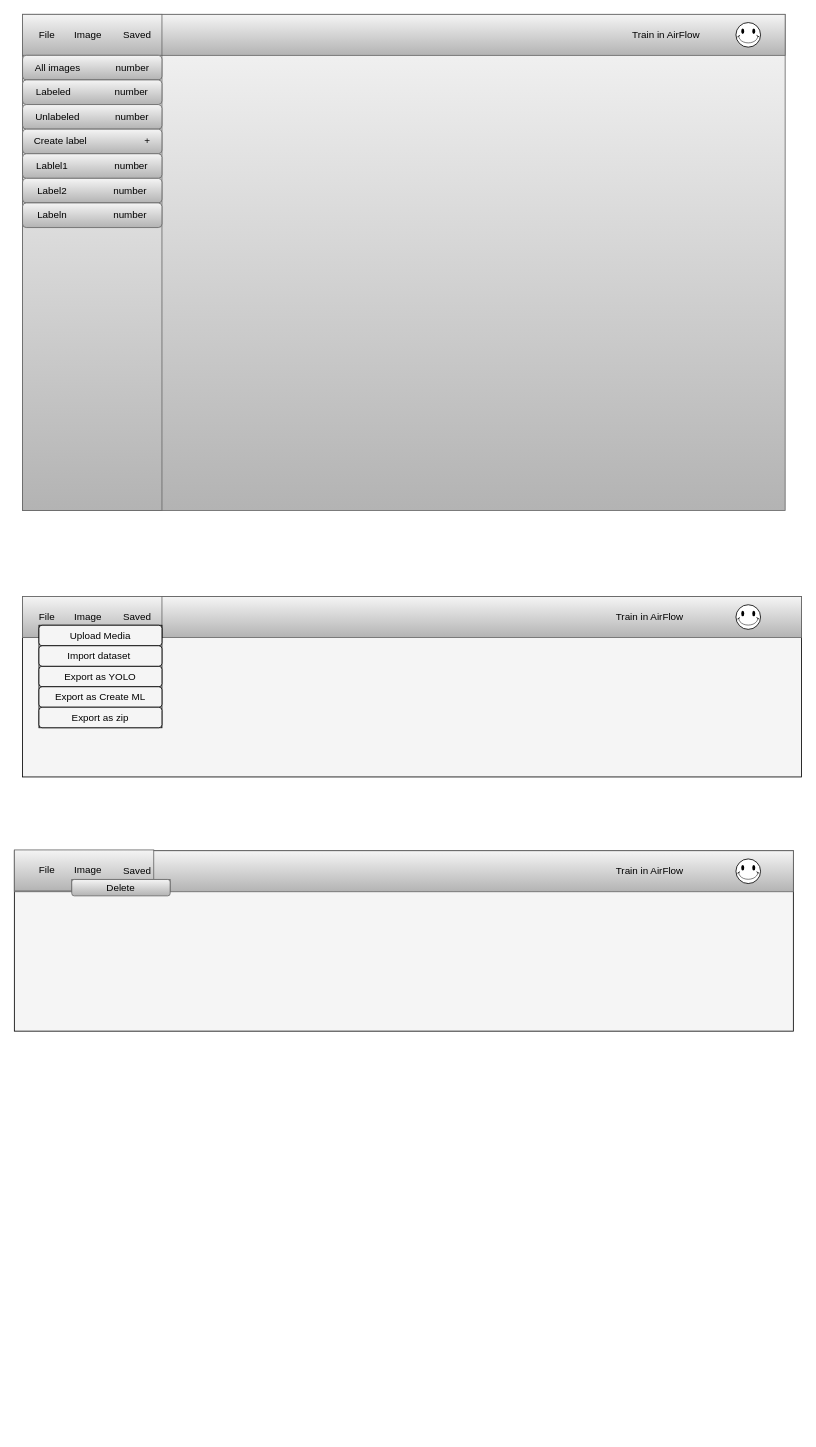
chuyendq9x/adm keeps this draw.io diagram as mockup.drawio. Above is the earlier version. Source tidied: cells renumbered, new cells numbered last; positions are measured from the earlier drawing's top-left corner, leaving out a move shared by most shapes. Both pictures are drawn from the tidied source at 82%, with x=0, y=0 at pixel (14, 14).
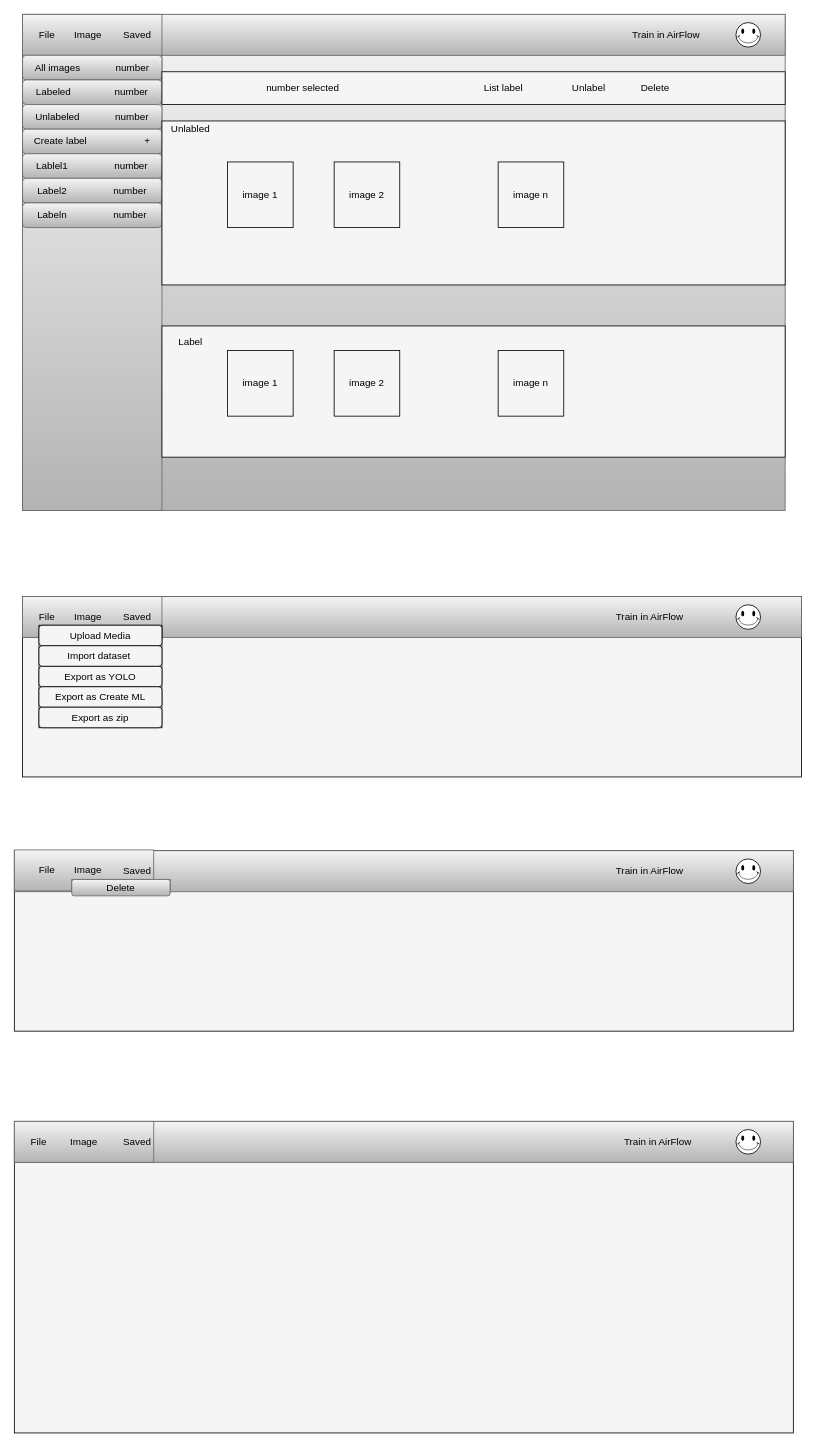
After the change.

The edit, as a diff of the source:
```diff
@@
+    <mxCell id="43" style="rounded=0;whiteSpace=wrap;html=1;strokeColor=#000000;fillColor=#F5F5F5;" parent="1" vertex="1">
+      <mxGeometry x="180" y="130" width="760" height="200" as="geometry" />
+    </mxCell>
+    <mxCell id="44" value="number selected&amp;nbsp; &amp;nbsp; &amp;nbsp; &amp;nbsp; &amp;nbsp; &amp;nbsp; &amp;nbsp; &amp;nbsp; &amp;nbsp; &amp;nbsp; &amp;nbsp; &amp;nbsp; &amp;nbsp; &amp;nbsp; &amp;nbsp; &amp;nbsp; &amp;nbsp; &amp;nbsp; &amp;nbsp; &amp;nbsp; &amp;nbsp; &amp;nbsp; &amp;nbsp; &amp;nbsp; &amp;nbsp; &amp;nbsp; &amp;nbsp;List label&amp;nbsp; &amp;nbsp; &amp;nbsp; &amp;nbsp; &amp;nbsp; &amp;nbsp; &amp;nbsp; &amp;nbsp; &amp;nbsp; Unlabel&amp;nbsp; &amp;nbsp; &amp;nbsp; &amp;nbsp; &amp;nbsp; &amp;nbsp; &amp;nbsp;Delete&amp;nbsp; &amp;nbsp;&amp;nbsp;" style="rounded=0;whiteSpace=wrap;html=1;strokeColor=#000000;fillColor=#F5F5F5;" parent="1" vertex="1">
+      <mxGeometry x="180" y="70" width="760" height="40" as="geometry" />
+    </mxCell>
+    <mxCell id="45" value="Unlabled" style="text;html=1;strokeColor=none;fillColor=none;align=center;verticalAlign=middle;whiteSpace=wrap;rounded=0;" parent="1" vertex="1">
+      <mxGeometry x="190" y="130" width="50" height="20" as="geometry" />
+    </mxCell>
+    <mxCell id="46" value="image 1" style="whiteSpace=wrap;html=1;strokeColor=#000000;fillColor=#F5F5F5;" parent="1" vertex="1">
+      <mxGeometry x="260" y="180" width="80" height="80" as="geometry" />
+    </mxCell>
+    <mxCell id="47" value="image 2" style="whiteSpace=wrap;html=1;strokeColor=#000000;fillColor=#F5F5F5;" parent="1" vertex="1">
+      <mxGeometry x="390" y="180" width="80" height="80" as="geometry" />
+    </mxCell>
+    <mxCell id="48" value="image n" style="whiteSpace=wrap;html=1;strokeColor=#000000;fillColor=#F5F5F5;" parent="1" vertex="1">
+      <mxGeometry x="590" y="180" width="80" height="80" as="geometry" />
+    </mxCell>
+    <mxCell id="49" style="rounded=0;whiteSpace=wrap;html=1;strokeColor=#000000;fillColor=#F5F5F5;" parent="1" vertex="1">
+      <mxGeometry x="180" y="380" width="760" height="160" as="geometry" />
+    </mxCell>
+    <mxCell id="50" value="Label" style="text;html=1;strokeColor=none;fillColor=none;align=center;verticalAlign=middle;whiteSpace=wrap;rounded=0;" parent="1" vertex="1">
+      <mxGeometry x="190" y="390" width="50" height="20" as="geometry" />
+    </mxCell>
+    <mxCell id="51" value="image 1" style="whiteSpace=wrap;html=1;strokeColor=#000000;fillColor=#F5F5F5;" parent="1" vertex="1">
+      <mxGeometry x="260" y="410" width="80" height="80" as="geometry" />
+    </mxCell>
+    <mxCell id="52" value="image 2" style="whiteSpace=wrap;html=1;strokeColor=#000000;fillColor=#F5F5F5;" parent="1" vertex="1">
+      <mxGeometry x="390" y="410" width="80" height="80" as="geometry" />
+    </mxCell>
+    <mxCell id="53" value="image n" style="whiteSpace=wrap;html=1;strokeColor=#000000;fillColor=#F5F5F5;" parent="1" vertex="1">
+      <mxGeometry x="590" y="410" width="80" height="80" as="geometry" />
+    </mxCell>
+    <mxCell id="54" style="rounded=0;whiteSpace=wrap;html=1;strokeColor=#000000;fillColor=#F5F5F5;" parent="1" vertex="1">
+      <mxGeometry y="1350" width="950" height="380" as="geometry" />
+    </mxCell>
+    <mxCell id="55" style="rounded=0;whiteSpace=wrap;html=1;gradientColor=#b3b3b3;fillColor=#f5f5f5;strokeColor=#666666;" parent="1" vertex="1">
+      <mxGeometry y="1350" width="950" height="50" as="geometry" />
+    </mxCell>
+    <mxCell id="56" value="Train in AirFlow" style="text;html=1;align=center;verticalAlign=middle;whiteSpace=wrap;rounded=0;" parent="1" vertex="1">
+      <mxGeometry x="730" y="1365" width="110" height="20" as="geometry" />
+    </mxCell>
+    <mxCell id="57" style="verticalLabelPosition=bottom;verticalAlign=top;html=1;shape=mxgraph.basic.smiley;strokeColor=#000000;" parent="1" vertex="1">
+      <mxGeometry x="880" y="1360" width="30" height="30" as="geometry" />
+    </mxCell>
+    <mxCell id="58" style="rounded=0;whiteSpace=wrap;html=1;strokeColor=#666666;gradientColor=#b3b3b3;fillColor=#f5f5f5;" parent="1" vertex="1">
+      <mxGeometry y="1350" width="170" height="50" as="geometry" />
+    </mxCell>
+    <mxCell id="59" value="File" style="text;html=1;strokeColor=none;fillColor=none;align=center;verticalAlign=middle;whiteSpace=wrap;rounded=0;" parent="1" vertex="1">
+      <mxGeometry x="10" y="1365" width="40" height="20" as="geometry" />
+    </mxCell>
+    <mxCell id="60" value="Image" style="text;html=1;align=center;verticalAlign=middle;whiteSpace=wrap;rounded=0;" parent="1" vertex="1">
+      <mxGeometry x="65" y="1365" width="40" height="20" as="geometry" />
+    </mxCell>
+    <mxCell id="61" value="Saved" style="text;html=1;strokeColor=none;fillColor=none;align=center;verticalAlign=middle;whiteSpace=wrap;rounded=0;" parent="1" vertex="1">
+      <mxGeometry x="130" y="1365" width="40" height="20" as="geometry" />
+    </mxCell>
```
